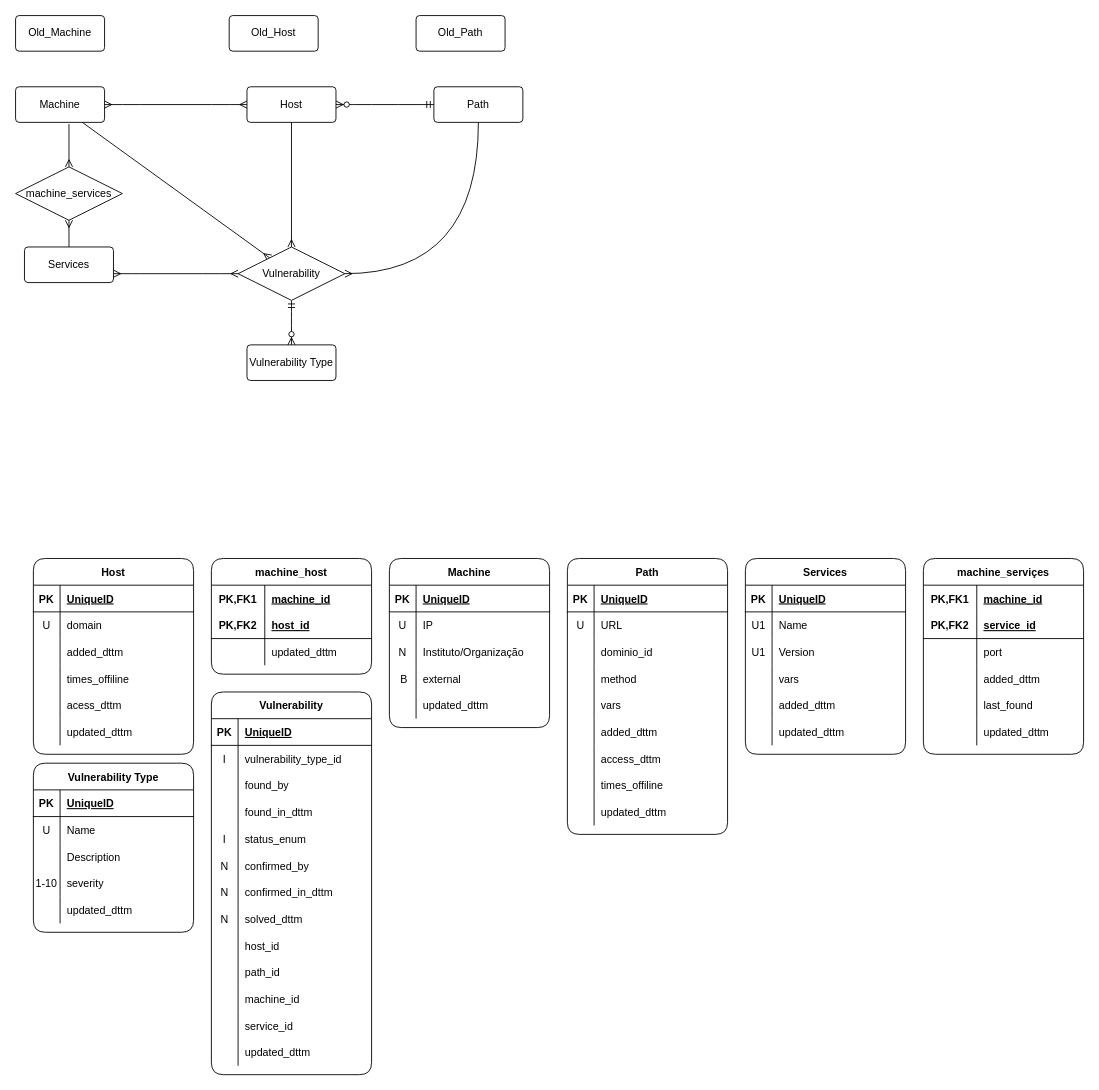
r0zbot/mac0499-vumos-monografia keeps this draw.io diagram as page "Page-1" (1 of 3) of vumos.drawio. Above is the earlier version. Source tidied: cells renumbered, new cells numbered last; positions are measured from the earlier drawing's top-left corner, leaving out a move shared by most shapes. Both pictures are drawn from the tidied source at 89%, with x=0, y=0 at pixel (15, 15).
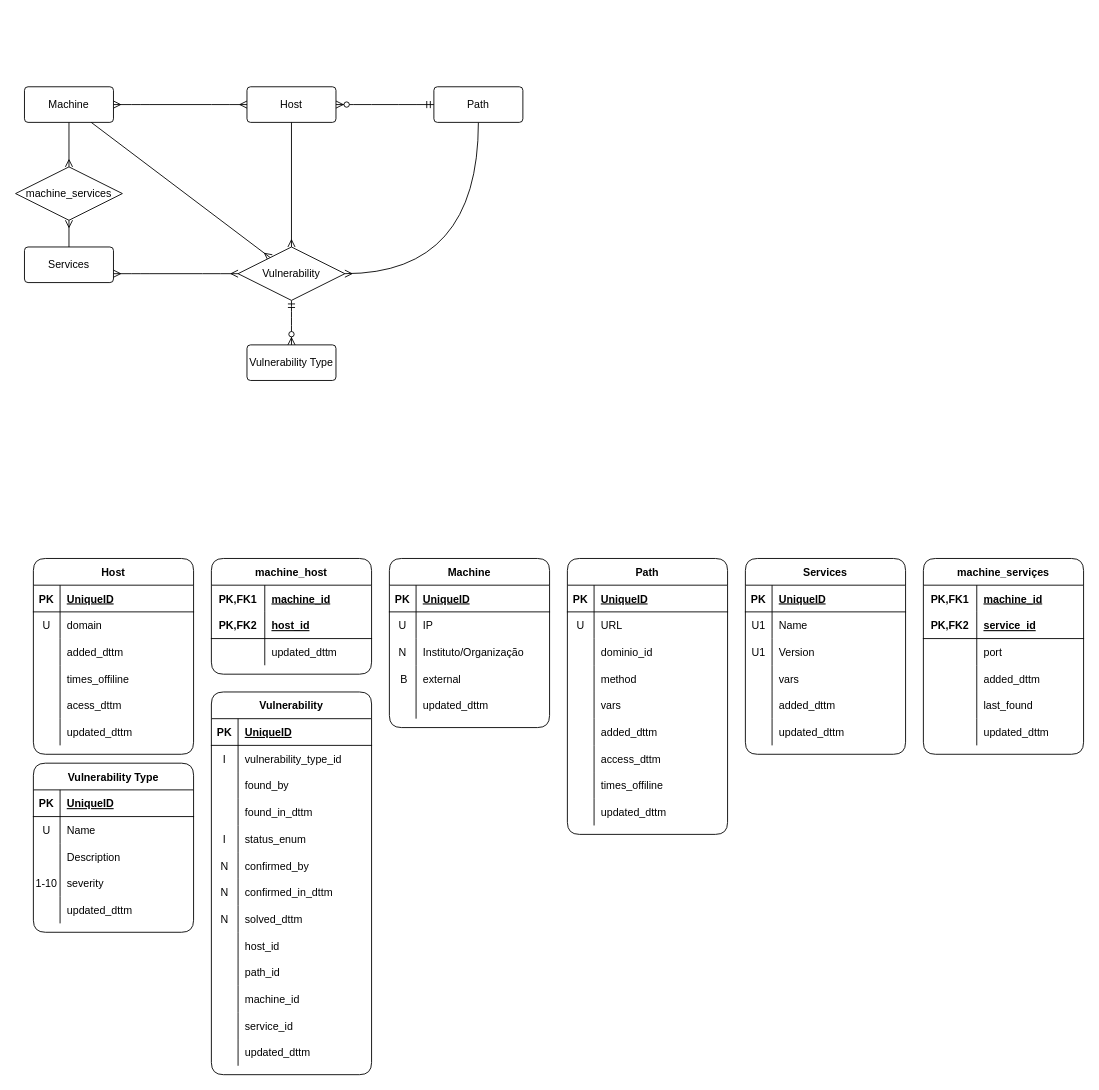
The same page after the edit.

The change refers to these unchanged cells:
```xml
<mxCell id="184" value="machine_services" style="shape=rhombus;perimeter=rhombusPerimeter;whiteSpace=wrap;html=1;align=center;" parent="1" vertex="1">
  <mxGeometry y="170" width="120" height="60" as="geometry" />
</mxCell>
```

Change to the diagram source:
```diff
@@
     <mxCell id="66" value="Machine" style="rounded=1;arcSize=10;whiteSpace=wrap;html=1;align=center;" parent="1" vertex="1">
-      <mxGeometry y="80" width="100" height="40" as="geometry" />
+      <mxGeometry x="10" y="80" width="100" height="40" as="geometry" />
     </mxCell>
@@
-    <mxCell id="111" value="Old_Path" style="rounded=1;arcSize=10;whiteSpace=wrap;html=1;align=center;" parent="1" vertex="1">
-      <mxGeometry x="450" width="100" height="40" as="geometry" />
-    </mxCell>
-    <mxCell id="112" value="Old_Host" style="rounded=1;arcSize=10;whiteSpace=wrap;html=1;align=center;" parent="1" vertex="1">
-      <mxGeometry x="240" width="100" height="40" as="geometry" />
-    </mxCell>
-    <mxCell id="113" value="Old_Machine" style="rounded=1;arcSize=10;whiteSpace=wrap;html=1;align=center;" parent="1" vertex="1">
-      <mxGeometry width="100" height="40" as="geometry" />
-    </mxCell>
@@
-    <mxCell id="185" style="edgeStyle=orthogonalEdgeStyle;fontSize=12;html=1;endArrow=ERmany;startArrow=none;exitX=0.6;exitY=1.05;exitDx=0;exitDy=0;entryX=0.5;entryY=0;entryDx=0;entryDy=0;startFill=0;exitPerimeter=0;endFill=0;" parent="1" edge="1" source="66" target="184">
+    <mxCell id="185" style="edgeStyle=orthogonalEdgeStyle;fontSize=12;html=1;endArrow=ERmany;startArrow=none;exitX=0.5;exitY=1;exitDx=0;exitDy=0;entryX=0.5;entryY=0;entryDx=0;entryDy=0;startFill=0;endFill=0;" parent="1" edge="1" source="66" target="184">
       <mxGeometry relative="1" as="geometry" />
     </mxCell>
```
